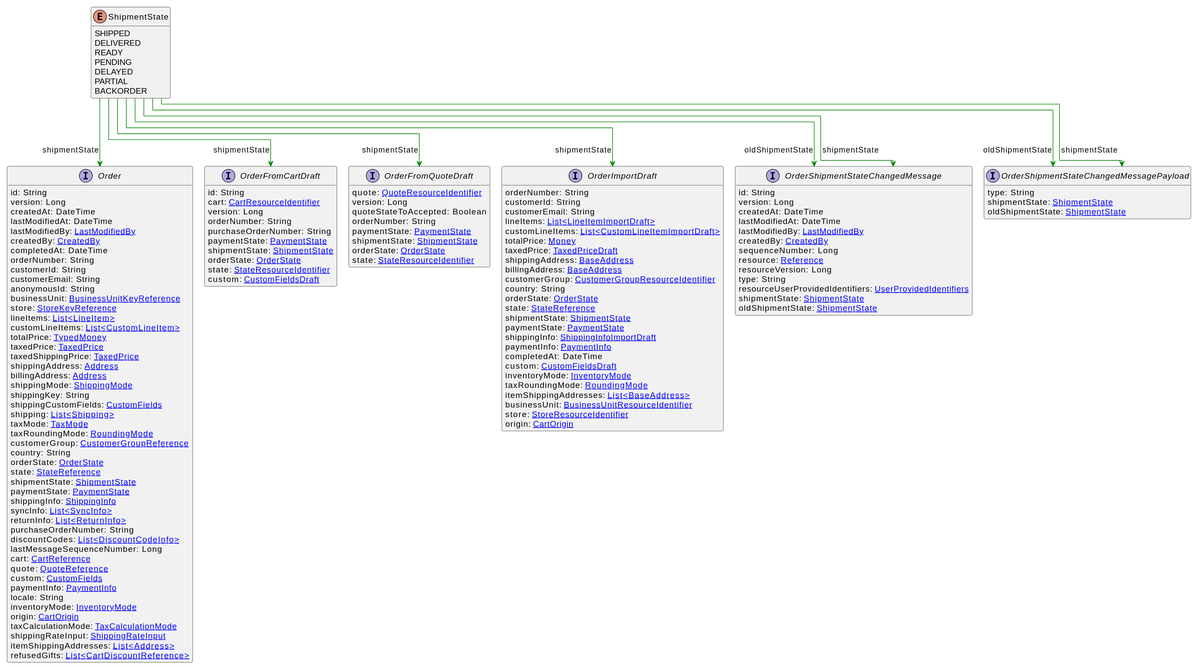
Earlier version of the PlantUML export uml/api/svg/ShipmentState.svg (commercetools/commercetools-api-reference).
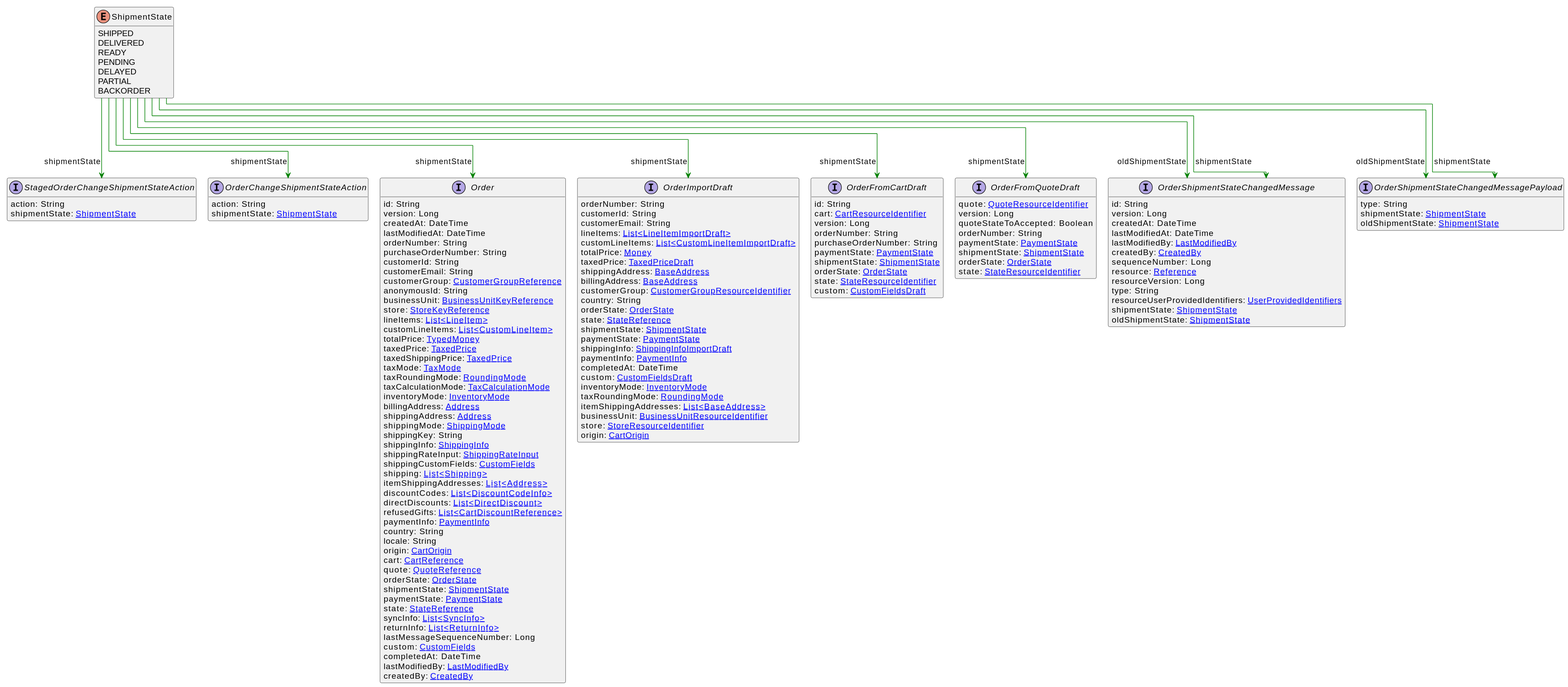
Above is the later version.

The edit, as a diff of the source:
```diff
@@ -30,17 +30,20 @@
     shipmentState: [[ShipmentState.svg ShipmentState]]
     oldShipmentState: [[ShipmentState.svg ShipmentState]]
 }
+interface StagedOrderChangeShipmentStateAction [[StagedOrderChangeShipmentStateAction.svg]]  {
+    action: String
+    shipmentState: [[ShipmentState.svg ShipmentState]]
+}
 interface Order [[Order.svg]]  {
     id: String
     version: Long
     createdAt: DateTime
     lastModifiedAt: DateTime
-    lastModifiedBy: [[LastModifiedBy.svg LastModifiedBy]]
-    createdBy: [[CreatedBy.svg CreatedBy]]
-    completedAt: DateTime
     orderNumber: String
+    purchaseOrderNumber: String
     customerId: String
     customerEmail: String
+    customerGroup: [[CustomerGroupReference.svg CustomerGroupReference]]
     anonymousId: String
     businessUnit: [[BusinessUnitKeyReference.svg BusinessUnitKeyReference]]
     store: [[StoreKeyReference.svg StoreKeyReference]]
@@ -49,37 +52,39 @@
     totalPrice: [[TypedMoney.svg TypedMoney]]
     taxedPrice: [[TaxedPrice.svg TaxedPrice]]
     taxedShippingPrice: [[TaxedPrice.svg TaxedPrice]]
+    taxMode: [[TaxMode.svg TaxMode]]
+    taxRoundingMode: [[RoundingMode.svg RoundingMode]]
+    taxCalculationMode: [[TaxCalculationMode.svg TaxCalculationMode]]
+    inventoryMode: [[InventoryMode.svg InventoryMode]]
+    billingAddress: [[Address.svg Address]]
     shippingAddress: [[Address.svg Address]]
-    billingAddress: [[Address.svg Address]]
     shippingMode: [[ShippingMode.svg ShippingMode]]
     shippingKey: String
+    shippingInfo: [[ShippingInfo.svg ShippingInfo]]
+    shippingRateInput: [[ShippingRateInput.svg ShippingRateInput]]
     shippingCustomFields: [[CustomFields.svg CustomFields]]
     shipping: [[Shipping.svg List<Shipping>]]
-    taxMode: [[TaxMode.svg TaxMode]]
-    taxRoundingMode: [[RoundingMode.svg RoundingMode]]
-    customerGroup: [[CustomerGroupReference.svg CustomerGroupReference]]
+    itemShippingAddresses: [[Address.svg List<Address>]]
+    discountCodes: [[DiscountCodeInfo.svg List<DiscountCodeInfo>]]
+    directDiscounts: [[DirectDiscount.svg List<DirectDiscount>]]
+    refusedGifts: [[CartDiscountReference.svg List<CartDiscountReference>]]
+    paymentInfo: [[PaymentInfo.svg PaymentInfo]]
     country: String
+    locale: String
+    origin: [[CartOrigin.svg CartOrigin]]
+    cart: [[CartReference.svg CartReference]]
+    quote: [[QuoteReference.svg QuoteReference]]
     orderState: [[OrderState.svg OrderState]]
-    state: [[StateReference.svg StateReference]]
     shipmentState: [[ShipmentState.svg ShipmentState]]
     paymentState: [[PaymentState.svg PaymentState]]
-    shippingInfo: [[ShippingInfo.svg ShippingInfo]]
+    state: [[StateReference.svg StateReference]]
     syncInfo: [[SyncInfo.svg List<SyncInfo>]]
     returnInfo: [[ReturnInfo.svg List<ReturnInfo>]]
-    purchaseOrderNumber: String
-    discountCodes: [[DiscountCodeInfo.svg List<DiscountCodeInfo>]]
     lastMessageSequenceNumber: Long
-    cart: [[CartReference.svg CartReference]]
-    quote: [[QuoteReference.svg QuoteReference]]
     custom: [[CustomFields.svg CustomFields]]
-    paymentInfo: [[PaymentInfo.svg PaymentInfo]]
-    locale: String
-    inventoryMode: [[InventoryMode.svg InventoryMode]]
-    origin: [[CartOrigin.svg CartOrigin]]
-    taxCalculationMode: [[TaxCalculationMode.svg TaxCalculationMode]]
-    shippingRateInput: [[ShippingRateInput.svg ShippingRateInput]]
-    itemShippingAddresses: [[Address.svg List<Address>]]
-    refusedGifts: [[CartDiscountReference.svg List<CartDiscountReference>]]
+    completedAt: DateTime
+    lastModifiedBy: [[LastModifiedBy.svg LastModifiedBy]]
+    createdBy: [[CreatedBy.svg CreatedBy]]
 }
 interface OrderFromCartDraft [[OrderFromCartDraft.svg]]  {
     id: String
@@ -130,12 +135,18 @@
     store: [[StoreResourceIdentifier.svg StoreResourceIdentifier]]
     origin: [[CartOrigin.svg CartOrigin]]
 }
+interface OrderChangeShipmentStateAction [[OrderChangeShipmentStateAction.svg]]  {
+    action: String
+    shipmentState: [[ShipmentState.svg ShipmentState]]
+}
 ShipmentState --> OrderShipmentStateChangedMessage #green;text:green : "shipmentState"
 ShipmentState --> OrderShipmentStateChangedMessage #green;text:green : "oldShipmentState"
 ShipmentState --> OrderShipmentStateChangedMessagePayload #green;text:green : "shipmentState"
 ShipmentState --> OrderShipmentStateChangedMessagePayload #green;text:green : "oldShipmentState"
+ShipmentState --> StagedOrderChangeShipmentStateAction #green;text:green : "shipmentState"
 ShipmentState --> Order #green;text:green : "shipmentState"
 ShipmentState --> OrderFromCartDraft #green;text:green : "shipmentState"
 ShipmentState --> OrderFromQuoteDraft #green;text:green : "shipmentState"
 ShipmentState --> OrderImportDraft #green;text:green : "shipmentState"
+ShipmentState --> OrderChangeShipmentStateAction #green;text:green : "shipmentState"
 @enduml
```
